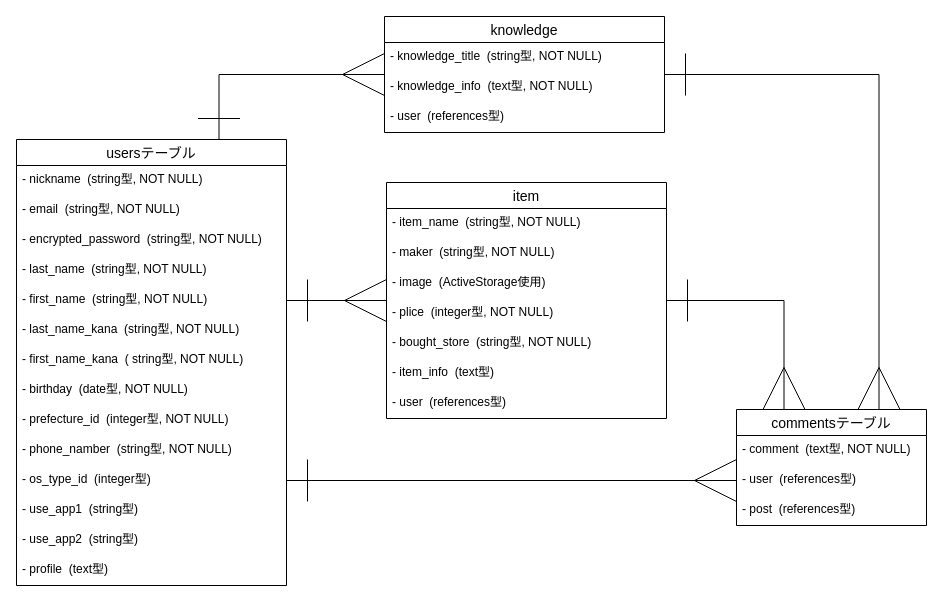
sushi1129/side-business-36374 keeps this draw.io diagram as page "ER図" (1 of 2) of ER.dio. Above is the earlier version. Source tidied: cells renumbered, new cells numbered last; positions are measured from the earlier drawing's top-left corner, leaving out a move shared by most shapes. Both pictures are drawn from the tidied source at 100%, with x=0, y=0 at pixel (16, 16).
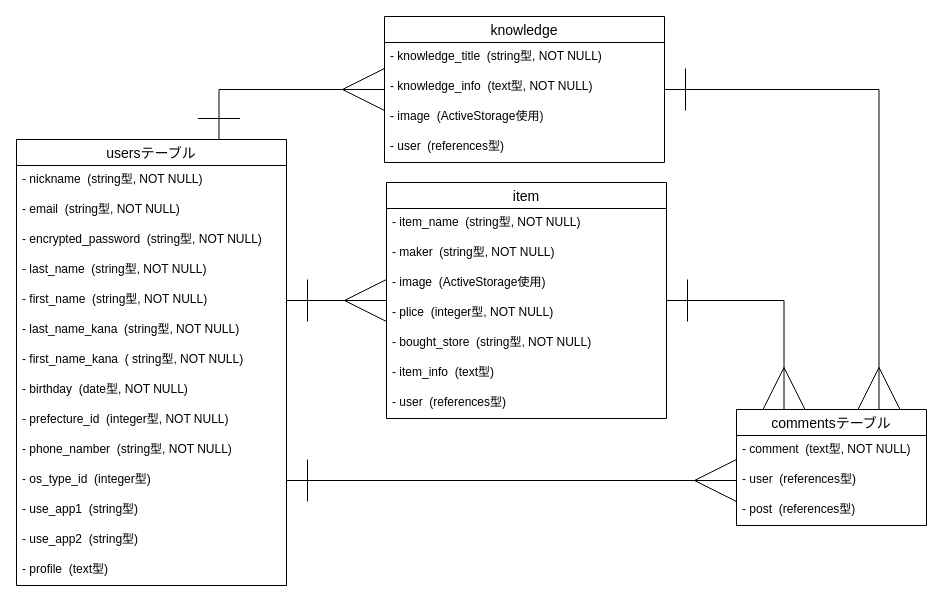
After the change.

What changed in the source:
```diff
@@
     <mxCell id="25" value="knowledge" style="swimlane;fontStyle=0;horizontal=1;startSize=26;align=center;fontSize=14;" parent="1" vertex="1">
-      <mxGeometry x="368" width="280" height="116" as="geometry" />
+      <mxGeometry x="368" width="280" height="146" as="geometry" />
     </mxCell>
@@
+    <mxCell id="38" value="- image  (ActiveStorage使用)" style="text;strokeColor=none;fillColor=none;spacingLeft=4;spacingRight=4;overflow=hidden;fontSize=12;" parent="25" vertex="1">
+      <mxGeometry y="86" width="280" height="30" as="geometry" />
+    </mxCell>
     <mxCell id="28" value="- user  (references型)" style="text;strokeColor=none;fillColor=none;spacingLeft=4;spacingRight=4;overflow=hidden;fontSize=12;" parent="25" vertex="1">
-      <mxGeometry y="86" width="280" height="30" as="geometry" />
+      <mxGeometry y="116" width="280" height="30" as="geometry" />
     </mxCell>
```
